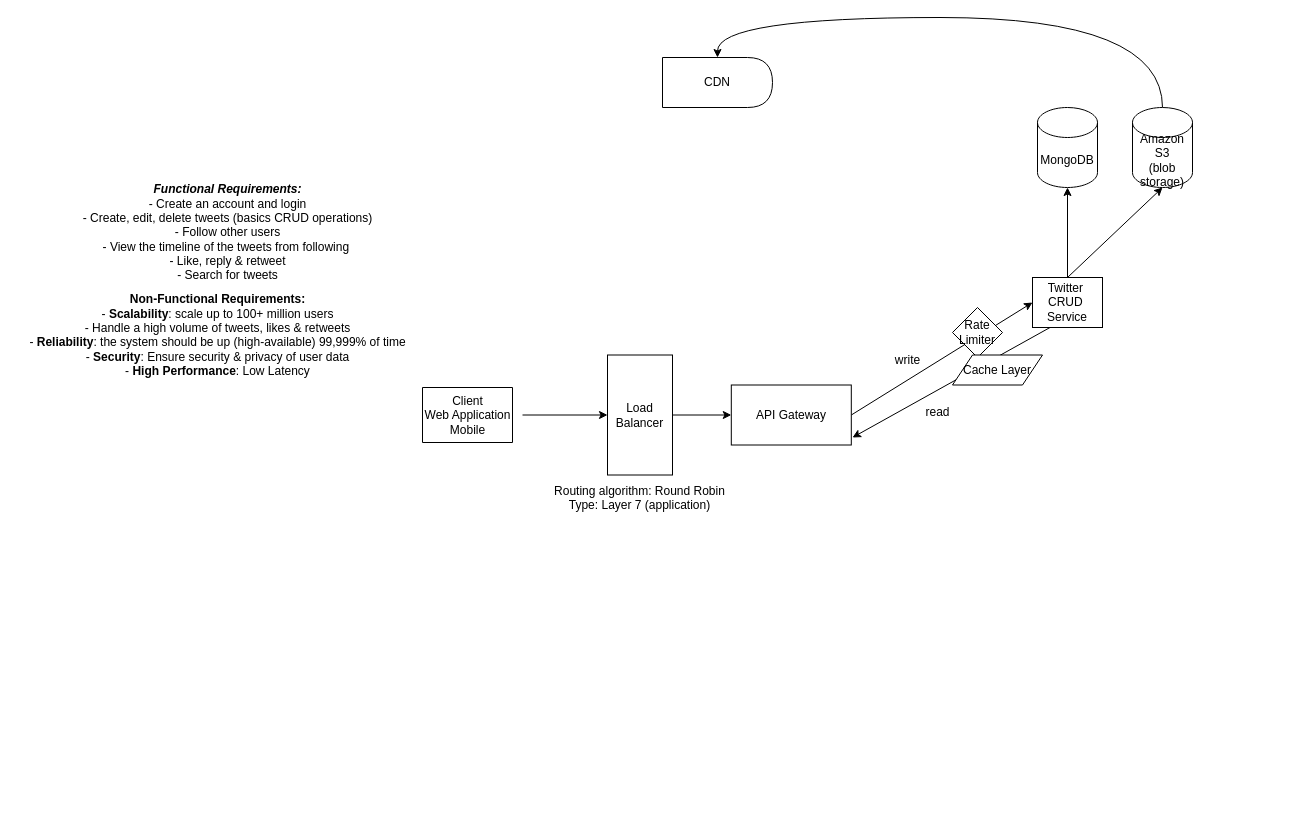
Above: twitter.drawio in lacrimae/system_design_practice (draw.io), before the change. Source tidied: cells renumbered, new cells numbered last; positions are measured from the earlier drawing's top-left corner, leaving out a move shared by most shapes. Both pictures are drawn from the tidied source at 100%, with x=0, y=0 at pixel (17, 17).
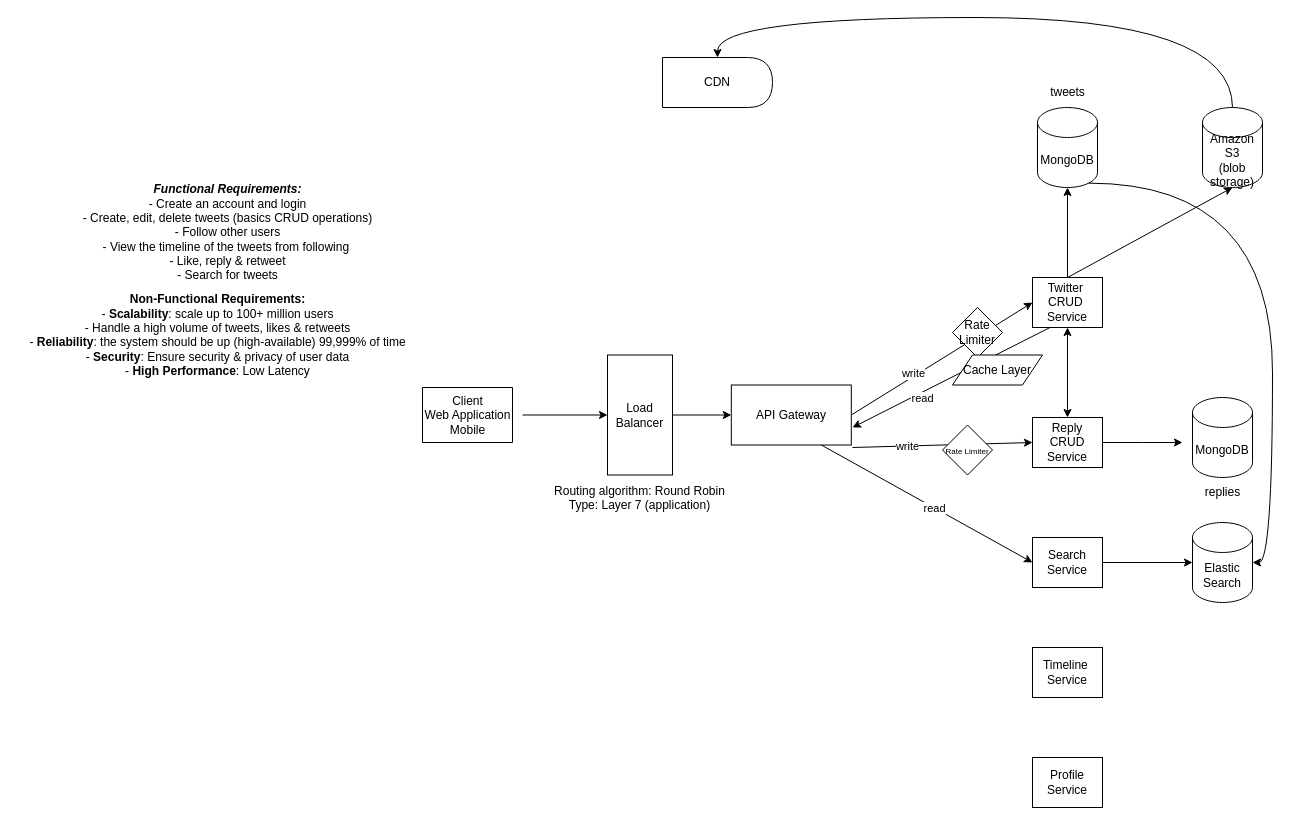
After the change.

The change refers to these unchanged cells:
```xml
<mxCell id="12" value="Twitter&amp;nbsp;&lt;div&gt;CRUD&amp;nbsp;&lt;/div&gt;&lt;div&gt;Service&lt;/div&gt;" style="whiteSpace=wrap;html=1;" parent="1" vertex="1">
  <mxGeometry x="1015" y="260" width="70" height="50" as="geometry" />
</mxCell>
<mxCell id="13" value="MongoDB" style="shape=cylinder3;whiteSpace=wrap;html=1;boundedLbl=1;backgroundOutline=1;size=15;" parent="1" vertex="1">
  <mxGeometry x="1020" y="90" width="60" height="80" as="geometry" />
</mxCell>
<mxCell id="16" style="rounded=0;jettySize=auto;html=1;exitX=1;exitY=0.5;exitDx=0;exitDy=0;entryX=0;entryY=0.5;entryDx=0;entryDy=0;" parent="1" edge="1" source="17" target="12">
  <mxGeometry relative="1" as="geometry" />
</mxCell>
<mxCell id="17" value="API Gateway" style="whiteSpace=wrap;html=1;" parent="1" vertex="1">
  <mxGeometry x="713.8" y="367.5" width="120" height="60" as="geometry" />
</mxCell>
<mxCell id="21" value="CDN" style="shape=delay;whiteSpace=wrap;html=1;" parent="1" vertex="1">
  <mxGeometry x="645" y="40" width="110" height="50" as="geometry" />
</mxCell>
```

The edit, as a diff of the source:
```diff
@@
+    <mxCell id="25" style="edgeStyle=orthogonalEdgeStyle;rounded=0;jettySize=auto;html=1;exitX=0.5;exitY=1;exitDx=0;exitDy=0;startArrow=classic;startFill=1;" parent="1" edge="1" source="12" target="33">
+      <mxGeometry relative="1" as="geometry" />
+    </mxCell>
@@
-    <mxCell id="14" style="edgeStyle=orthogonalEdgeStyle;rounded=0;jettySize=auto;html=1;curved=1;entryX=0.5;entryY=0;entryDx=0;entryDy=0;" parent="1" edge="1" source="15" target="21">
+    <mxCell id="14" style="edgeStyle=orthogonalEdgeStyle;rounded=0;jettySize=auto;html=1;curved=1;entryX=0.5;entryY=0;entryDx=0;entryDy=0;exitX=0.5;exitY=0;exitDx=0;exitDy=0;exitPerimeter=0;" parent="1" edge="1" source="15" target="21">
       <mxGeometry relative="1" as="geometry">
         <Array as="points">
-          <mxPoint x="1145" />
+          <mxPoint x="1215" />
           <mxPoint x="700" />
         </Array>
       </mxGeometry>
     </mxCell>
     <mxCell id="15" value="Amazon S3&lt;div&gt;(blob storage)&lt;/div&gt;" style="shape=cylinder3;whiteSpace=wrap;html=1;boundedLbl=1;backgroundOutline=1;size=15;" parent="1" vertex="1">
-      <mxGeometry x="1115" y="90" width="60" height="80" as="geometry" />
+      <mxGeometry x="1185" y="90" width="60" height="80" as="geometry" />
     </mxCell>
@@
+    <mxCell id="26" value="write" style="edgeLabel;html=1;align=center;verticalAlign=middle;" parent="16" vertex="1">
+      <mxGeometry x="-0.3" y="3" relative="1" as="geometry" />
+    </mxCell>
+    <mxCell id="27" style="rounded=0;jettySize=auto;html=1;entryX=0;entryY=0.5;entryDx=0;entryDy=0;" parent="1" edge="1" target="33">
+      <mxGeometry relative="1" as="geometry">
+        <mxPoint x="835" y="430" as="sourcePoint" />
+      </mxGeometry>
+    </mxCell>
+    <mxCell id="28" value="write" style="edgeLabel;html=1;align=center;verticalAlign=middle;" parent="27" vertex="1">
+      <mxGeometry x="-0.34" relative="1" as="geometry">
+        <mxPoint x="-4" as="offset" />
+      </mxGeometry>
+    </mxCell>
+    <mxCell id="29" style="rounded=0;jettySize=auto;html=1;exitX=0.75;exitY=1;exitDx=0;exitDy=0;entryX=0;entryY=0.5;entryDx=0;entryDy=0;" parent="1" edge="1" source="17" target="38">
+      <mxGeometry relative="1" as="geometry" />
+    </mxCell>
+    <mxCell id="30" value="read" style="edgeLabel;html=1;align=center;verticalAlign=middle;" parent="29" vertex="1">
+      <mxGeometry x="0.07" relative="1" as="geometry" />
+    </mxCell>
@@
-    <mxCell id="19" value="write" style="text;html=1;align=center;verticalAlign=middle;strokeColor=none;fillColor=none;" parent="1" vertex="1">
-      <mxGeometry x="865" y="328" width="50" height="30" as="geometry" />
-    </mxCell>
@@
     <mxCell id="22" style="endArrow=classic;html=1;rounded=0;exitX=0.25;exitY=1;exitDx=0;exitDy=0;" parent="1" edge="1" source="12">
       <mxGeometry relative="1" as="geometry">
-        <mxPoint x="835" y="420" as="targetPoint" />
+        <mxPoint x="835" y="410" as="targetPoint" />
       </mxGeometry>
     </mxCell>
-    <mxCell id="23" value="read" style="text;html=1;align=center;verticalAlign=middle;strokeColor=none;fillColor=none;" parent="1" vertex="1">
-      <mxGeometry x="895" y="380" width="50" height="30" as="geometry" />
-    </mxCell>
+    <mxCell id="31" value="read" style="edgeLabel;html=1;align=center;verticalAlign=middle;" parent="22" vertex="1">
+      <mxGeometry x="0.43" y="1" relative="1" as="geometry">
+        <mxPoint x="13" y="-2" as="offset" />
+      </mxGeometry>
+    </mxCell>
@@
+    <mxCell id="32" style="edgeStyle=orthogonalEdgeStyle;rounded=0;jettySize=auto;html=1;" parent="1" edge="1" source="33">
+      <mxGeometry relative="1" as="geometry">
+        <mxPoint x="1165" y="425" as="targetPoint" />
+      </mxGeometry>
+    </mxCell>
+    <mxCell id="33" value="Reply CRUD&lt;div&gt;Service&lt;/div&gt;" style="whiteSpace=wrap;html=1;" parent="1" vertex="1">
+      <mxGeometry x="1015" y="400" width="70" height="50" as="geometry" />
+    </mxCell>
+    <mxCell id="34" value="MongoDB" style="shape=cylinder3;whiteSpace=wrap;html=1;boundedLbl=1;backgroundOutline=1;size=15;" parent="1" vertex="1">
+      <mxGeometry x="1175" y="380" width="60" height="80" as="geometry" />
+    </mxCell>
+    <mxCell id="35" value="replies" style="text;html=1;align=center;verticalAlign=middle;strokeColor=none;fillColor=none;" parent="1" vertex="1">
+      <mxGeometry x="1175" y="460" width="60" height="30" as="geometry" />
+    </mxCell>
+    <mxCell id="36" value="tweets" style="text;html=1;align=center;verticalAlign=middle;strokeColor=none;fillColor=none;" parent="1" vertex="1">
+      <mxGeometry x="1020" y="60" width="60" height="30" as="geometry" />
+    </mxCell>
+    <mxCell id="37" value="&lt;font style=&quot;font-size: 8px;&quot;&gt;Rate Limiter&lt;/font&gt;" style="rhombus;whiteSpace=wrap;html=1;" parent="1" vertex="1">
+      <mxGeometry x="925" y="407.5" width="50" height="50" as="geometry" />
+    </mxCell>
+    <mxCell id="38" value="Search Service" style="whiteSpace=wrap;html=1;" parent="1" vertex="1">
+      <mxGeometry x="1015" y="520" width="70" height="50" as="geometry" />
+    </mxCell>
+    <mxCell id="39" value="Elastic Search" style="shape=cylinder3;whiteSpace=wrap;html=1;boundedLbl=1;backgroundOutline=1;size=15;" parent="1" vertex="1">
+      <mxGeometry x="1175" y="505" width="60" height="80" as="geometry" />
+    </mxCell>
+    <mxCell id="40" style="edgeStyle=orthogonalEdgeStyle;rounded=0;jettySize=auto;html=1;exitX=1;exitY=0.5;exitDx=0;exitDy=0;entryX=0;entryY=0.5;entryDx=0;entryDy=0;entryPerimeter=0;" parent="1" edge="1" source="38" target="39">
+      <mxGeometry relative="1" as="geometry" />
+    </mxCell>
+    <mxCell id="41" style="edgeStyle=orthogonalEdgeStyle;rounded=0;jettySize=auto;html=1;exitX=0.855;exitY=1;exitDx=0;exitDy=-4.35;exitPerimeter=0;entryX=1;entryY=0.5;entryDx=0;entryDy=0;entryPerimeter=0;curved=1;" parent="1" edge="1" source="13" target="39">
+      <mxGeometry relative="1" as="geometry" />
+    </mxCell>
+    <mxCell id="42" value="Timeline&amp;nbsp;&lt;div&gt;Service&lt;/div&gt;" style="whiteSpace=wrap;html=1;" parent="1" vertex="1">
+      <mxGeometry x="1015" y="630" width="70" height="50" as="geometry" />
+    </mxCell>
+    <mxCell id="43" value="Profile&lt;div&gt;Service&lt;/div&gt;" style="whiteSpace=wrap;html=1;" parent="1" vertex="1">
+      <mxGeometry x="1015" y="740" width="70" height="50" as="geometry" />
+    </mxCell>
```
